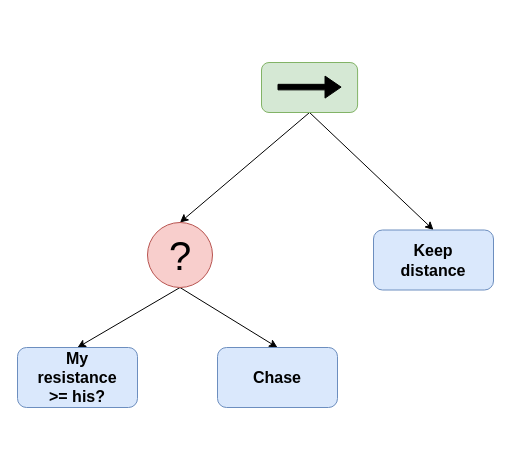
andreacarrarini/LamaAIVG keeps this draw.io diagram as page "AttackBT" (4 of 5) of Documentation/AI-structures/BTs.drawio. Above is the earlier version. Source tidied: cells renumbered, new cells numbered last; positions are measured from the earlier drawing's top-left corner, leaving out a move shared by most shapes. Both pictures are drawn from the tidied source at 100%, with x=0, y=0 at pixel (17, 22).
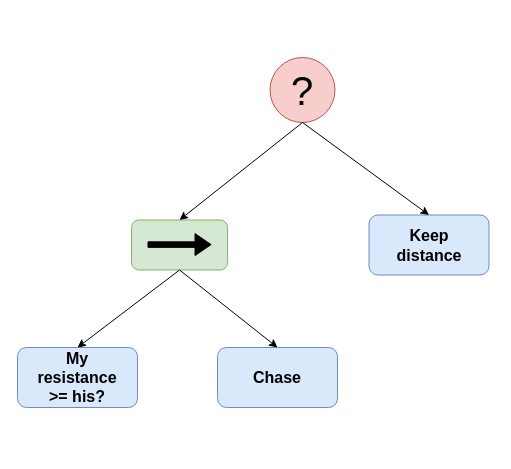
The same page after the edit.

The change refers to these unchanged cells:
```xml
<mxCell id="9" style="rounded=1;whiteSpace=wrap;html=1;fillColor=#dae8fc;strokeColor=#6c8ebf;" parent="1" vertex="1">
  <mxGeometry y="325" width="120" height="60" as="geometry" />
</mxCell>
<mxCell id="11" style="rounded=1;whiteSpace=wrap;html=1;fillColor=#dae8fc;strokeColor=#6c8ebf;" parent="1" vertex="1">
  <mxGeometry x="200" y="325" width="120" height="60" as="geometry" />
</mxCell>
<mxCell id="17" style="rounded=1;whiteSpace=wrap;html=1;fillColor=#dae8fc;strokeColor=#6c8ebf;" parent="16" vertex="1">
  <mxGeometry width="120" height="60" as="geometry" />
</mxCell>
```

What changed in the source:
```diff
@@
-    <mxCell id="2" style="endArrow=classic;html=1;fillColor=#000000;exitX=0.5;exitY=1;exitDx=0;exitDy=0;entryX=0.5;entryY=0;entryDx=0;entryDy=0;" parent="1" edge="1" source="14" target="7">
-      <mxGeometry relative="1" as="geometry" />
-    </mxCell>
-    <mxCell id="3" style="endArrow=classic;html=1;fillColor=#000000;exitX=0.5;exitY=1;exitDx=0;exitDy=0;entryX=0.5;entryY=0;entryDx=0;entryDy=0;" parent="1" edge="1" source="14" target="17">
-      <mxGeometry relative="1" as="geometry" />
-    </mxCell>
-    <mxCell id="4" style="endArrow=classic;html=1;fillColor=#000000;exitX=0.5;exitY=1;exitDx=0;exitDy=0;entryX=0.5;entryY=0;entryDx=0;entryDy=0;" parent="1" edge="1" source="7" target="9">
-      <mxGeometry relative="1" as="geometry" />
-    </mxCell>
-    <mxCell id="5" style="endArrow=classic;html=1;fillColor=#000000;exitX=0.5;exitY=1;exitDx=0;exitDy=0;entryX=0.5;entryY=0;entryDx=0;entryDy=0;" parent="1" edge="1" source="7" target="11">
-      <mxGeometry relative="1" as="geometry" />
-    </mxCell>
-    <mxCell id="6" style="group;" parent="1" vertex="1">
-      <mxGeometry x="130" y="200" width="65" height="65" as="geometry" />
-    </mxCell>
-    <mxCell id="7" style="ellipse;whiteSpace=wrap;html=1;fillColor=#f8cecc;strokeColor=#b85450;" parent="6" vertex="1">
-      <mxGeometry width="65" height="65" as="geometry" />
-    </mxCell>
-    <mxCell id="8" value="&lt;font style=&quot;font-size: 40px&quot;&gt;?&lt;/font&gt;" style="text;html=1;strokeColor=none;fillColor=none;align=center;verticalAlign=middle;whiteSpace=wrap;rounded=0;" parent="6" vertex="1">
-      <mxGeometry x="12.5" y="22.5" width="40" height="20" as="geometry" />
-    </mxCell>
@@
-    <mxCell id="13" style="group;" parent="1" vertex="1">
-      <mxGeometry x="244" y="40" width="96.1" height="50" as="geometry" />
-    </mxCell>
-    <mxCell id="14" style="rounded=1;whiteSpace=wrap;html=1;fillColor=#d5e8d4;strokeColor=#82b366;" parent="13" vertex="1">
-      <mxGeometry width="96.1" height="50" as="geometry" />
-    </mxCell>
-    <mxCell id="15" style="endArrow=classic;html=1;fillColor=#000000;targetPerimeterSpacing=0;shape=flexArrow;width=5.517241379310345;endSize=5.027586206896552;endWidth=15.505350772889418;" parent="13" edge="1">
-      <mxGeometry relative="1" as="geometry">
-        <mxPoint x="16" y="24.6" as="sourcePoint" />
-        <mxPoint x="80.1" y="24.6" as="targetPoint" />
-      </mxGeometry>
-    </mxCell>
     <mxCell id="16" style="group;" parent="1" vertex="1">
-      <mxGeometry x="356" y="207.5" width="120" height="60" as="geometry" />
+      <mxGeometry x="351.5" y="192.5" width="120" height="60" as="geometry" />
     </mxCell>
@@
     <mxCell id="19" style="rounded=0;whiteSpace=wrap;html=1;strokeColor=none;" parent="1" vertex="1">
-      <mxGeometry x="204" y="400" width="119" height="30" as="geometry" />
+      <mxGeometry x="205.5" y="400" width="119" height="30" as="geometry" />
     </mxCell>
     <mxCell id="20" style="rounded=0;whiteSpace=wrap;html=1;strokeColor=none;" parent="1" vertex="1">
-      <mxGeometry x="232.5" width="119" height="30" as="geometry" />
+      <mxGeometry x="225.5" y="-5" width="119" height="30" as="geometry" />
     </mxCell>
+    <mxCell id="21" style="group;" parent="1" vertex="1">
+      <mxGeometry x="114" y="197.5" width="96.1" height="50" as="geometry" />
+    </mxCell>
+    <mxCell id="13" style="group;" parent="21" vertex="1">
+      <mxGeometry width="96.1" height="50" as="geometry" />
+    </mxCell>
+    <mxCell id="14" style="rounded=1;whiteSpace=wrap;html=1;fillColor=#d5e8d4;strokeColor=#82b366;" parent="13" vertex="1">
+      <mxGeometry width="96.1" height="50" as="geometry" />
+    </mxCell>
+    <mxCell id="15" style="endArrow=classic;html=1;fillColor=#000000;targetPerimeterSpacing=0;shape=flexArrow;width=5.517241379310345;endSize=5.027586206896552;endWidth=15.505350772889418;" parent="13" edge="1">
+      <mxGeometry relative="1" as="geometry">
+        <mxPoint x="16" y="24.6" as="sourcePoint" />
+        <mxPoint x="80.1" y="24.6" as="targetPoint" />
+      </mxGeometry>
+    </mxCell>
+    <mxCell id="22" style="group;" parent="1" vertex="1">
+      <mxGeometry x="252.5" y="35" width="65" height="65" as="geometry" />
+    </mxCell>
+    <mxCell id="23" style="group;" parent="22" vertex="1">
+      <mxGeometry width="65" height="65" as="geometry" />
+    </mxCell>
+    <mxCell id="6" style="group;" parent="23" vertex="1">
+      <mxGeometry width="65" height="65" as="geometry" />
+    </mxCell>
+    <mxCell id="7" style="ellipse;whiteSpace=wrap;html=1;fillColor=#f8cecc;strokeColor=#b85450;" parent="6" vertex="1">
+      <mxGeometry width="65" height="65" as="geometry" />
+    </mxCell>
+    <mxCell id="8" value="&lt;font style=&quot;font-size: 40px&quot;&gt;?&lt;/font&gt;" style="text;html=1;strokeColor=none;fillColor=none;align=center;verticalAlign=middle;whiteSpace=wrap;rounded=0;" parent="6" vertex="1">
+      <mxGeometry x="12.5" y="22.5" width="40" height="20" as="geometry" />
+    </mxCell>
+    <mxCell id="24" style="rounded=0;jettySize=auto;html=1;exitX=0.5;exitY=1;exitDx=0;exitDy=0;entryX=0.5;entryY=0;entryDx=0;entryDy=0;" parent="1" edge="1" source="7" target="14">
+      <mxGeometry relative="1" as="geometry" />
+    </mxCell>
+    <mxCell id="25" style="edgeStyle=none;rounded=0;jettySize=auto;html=1;exitX=0.5;exitY=1;exitDx=0;exitDy=0;entryX=0.5;entryY=0;entryDx=0;entryDy=0;" parent="1" edge="1" source="7" target="17">
+      <mxGeometry relative="1" as="geometry" />
+    </mxCell>
+    <mxCell id="26" style="edgeStyle=none;rounded=0;jettySize=auto;html=1;exitX=0.5;exitY=1;exitDx=0;exitDy=0;entryX=0.5;entryY=0;entryDx=0;entryDy=0;" parent="1" edge="1" source="14" target="9">
+      <mxGeometry relative="1" as="geometry" />
+    </mxCell>
+    <mxCell id="27" style="edgeStyle=none;rounded=0;jettySize=auto;html=1;exitX=0.5;exitY=1;exitDx=0;exitDy=0;entryX=0.5;entryY=0;entryDx=0;entryDy=0;" parent="1" edge="1" source="14" target="11">
+      <mxGeometry relative="1" as="geometry" />
+    </mxCell>
```
